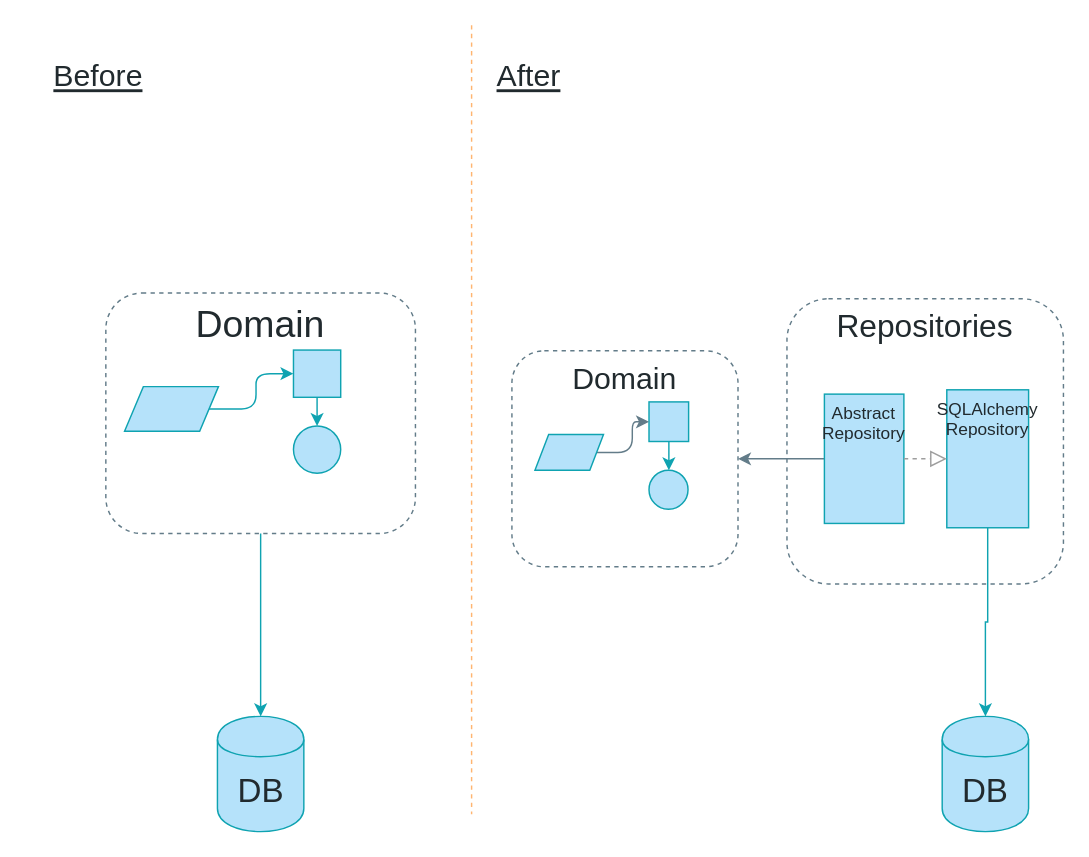
Earlier version of the draw.io diagram page "Chapter 2" (2 of 10) of maps.drawio (cosmicpython/book). Source tidied: cells renumbered, new cells numbered last; positions are measured from the earlier drawing's top-left corner, leaving out a move shared by most shapes. Both pictures are drawn from the tidied source at 144%, with x=0, y=0 at pixel (53, 24).
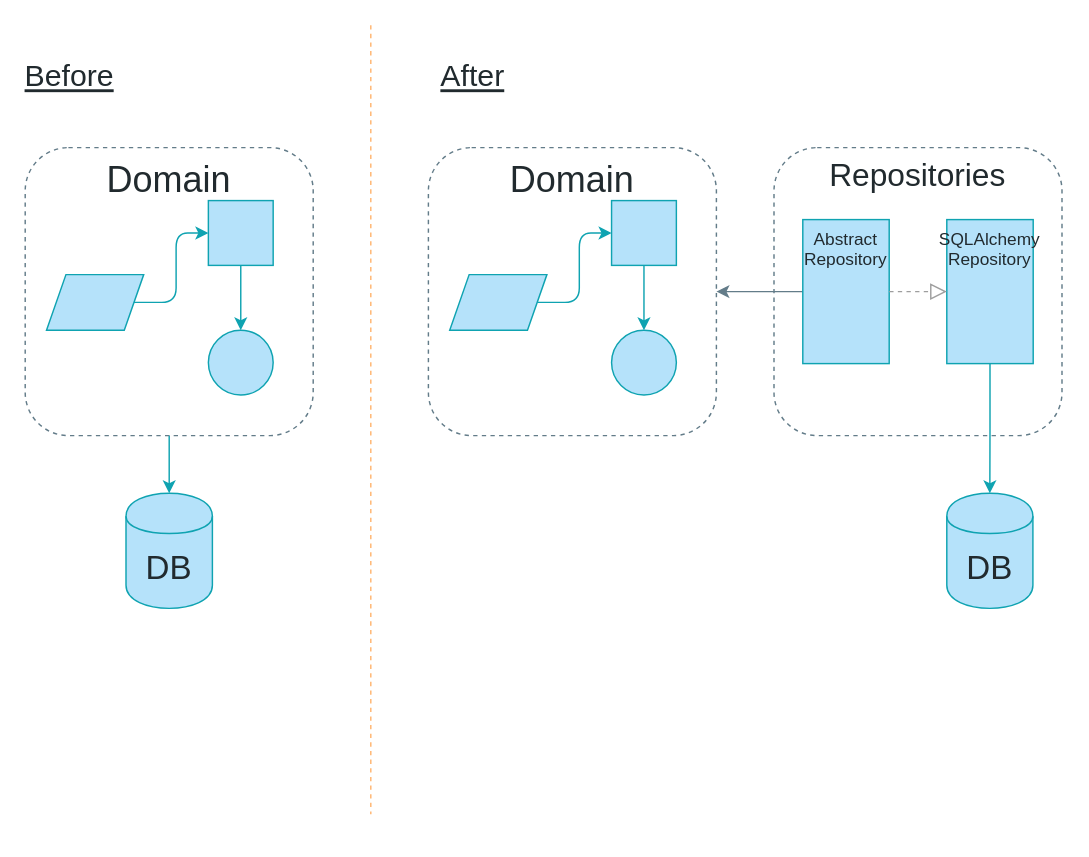
After the change.

Commit message:
fine-tuning 2

The edit, as a diff of the source:
```diff
@@
-    <mxCell id="2" style="group;fontSize=27;fontFamily=Guardian Sans Cond Light;" parent="1" vertex="1">
-      <mxGeometry x="36" y="186" width="200" height="167" as="geometry" />
-    </mxCell>
-    <mxCell id="3" value="&lt;font style=&quot;font-size: 26px&quot;&gt;Domain&lt;/font&gt;" style="rounded=1;whiteSpace=wrap;html=1;fontFamily=Guardian Sans Cond Light;verticalAlign=top;fontSize=14;fontColor=#212A2E;fillColor=none;strokeColor=#637C89;dashed=1;" parent="2" vertex="1">
-      <mxGeometry width="215" height="167" as="geometry" />
-    </mxCell>
-    <mxCell id="4" style="whiteSpace=wrap;html=1;fontSize=14;strokeColor=#0FA3B1;fillColor=#B5E2FA;fontFamily=Guardian Sans Cond Light;" parent="2" vertex="1">
-      <mxGeometry x="130.3" y="39.6" width="32.8" height="32.8" as="geometry" />
-    </mxCell>
-    <mxCell id="5" value="&lt;br&gt;" style="ellipse;whiteSpace=wrap;html=1;fontSize=14;strokeColor=#0FA3B1;fillColor=#B5E2FA;fontFamily=Guardian Sans Cond Light;" parent="2" vertex="1">
-      <mxGeometry x="130.3" y="92.3" width="32.8" height="32.8" as="geometry" />
-    </mxCell>
-    <mxCell id="6" style="edgeStyle=orthogonalEdgeStyle;jettySize=auto;html=1;fontSize=14;strokeColor=#0FA3B1;fillColor=#B5E2FA;fontFamily=Guardian Sans Cond Light;" parent="2" edge="1" source="4" target="5">
-      <mxGeometry relative="1" as="geometry" />
-    </mxCell>
-    <mxCell id="7" style="edgeStyle=orthogonalEdgeStyle;rounded=1;jettySize=auto;html=1;fontSize=14;strokeColor=#0FA3B1;fontFamily=Guardian Sans Cond Light;" parent="2" edge="1" source="8" target="4">
-      <mxGeometry relative="1" as="geometry" />
-    </mxCell>
-    <mxCell id="8" style="shape=parallelogram;perimeter=parallelogramPerimeter;whiteSpace=wrap;html=1;fontFamily=Guardian Sans Cond Light;fontSize=14;fontColor=#000000;align=center;strokeColor=#0FA3B1;fillColor=#B5E2FA;" parent="2" vertex="1">
-      <mxGeometry x="13" y="65" width="65.2" height="31" as="geometry" />
-    </mxCell>
     <mxCell id="9" value="DB" style="shape=cylinder;whiteSpace=wrap;html=1;boundedLbl=1;backgroundOutline=1;strokeColor=#0FA3B1;fillColor=#B5E2FA;fontSize=23;fontColor=#212A2E;gradientColor=none;fontFamily=Guardian Sans Cond Light;" parent="1" vertex="1">
-      <mxGeometry x="113.5" y="480" width="60" height="80" as="geometry" />
+      <mxGeometry x="50" y="325" width="60" height="80" as="geometry" />
     </mxCell>
-    <mxCell id="10" style="edgeStyle=orthogonalEdgeStyle;jettySize=auto;html=1;strokeColor=#0FA3B1;fillColor=#B5E2FA;fontSize=19;fontColor=#212A2E;fontFamily=Guardian Sans Cond Light;" parent="1" edge="1" source="3" target="9">
+    <mxCell id="10" style="edgeStyle=orthogonalEdgeStyle;jettySize=auto;html=1;strokeColor=#0FA3B1;fillColor=#B5E2FA;fontSize=19;fontColor=#212A2E;fontFamily=Guardian Sans Cond Light;" parent="1" edge="1" source="30" target="9">
       <mxGeometry relative="1" as="geometry" />
     </mxCell>
     <mxCell id="11" value="Before" style="text;html=1;strokeColor=none;fillColor=none;align=center;verticalAlign=middle;whiteSpace=wrap;rounded=0;fontFamily=Guardian Sans Cond Light;fontSize=21;fontColor=#212A2E;fontStyle=4;" parent="1" vertex="1">
-      <mxGeometry y="25" width="62" height="20" as="geometry" />
+      <mxGeometry x="-20" y="25" width="62" height="20" as="geometry" />
     </mxCell>
     <mxCell id="12" style="endArrow=none;dashed=1;html=1;strokeColor=#FFB570;fillColor=#B5E2FA;fontFamily=Guardian Sans Cond Light;fontSize=21;fontColor=#212A2E;" parent="1" edge="1">
       <mxGeometry relative="1" as="geometry">
-        <mxPoint x="290" as="sourcePoint" />
-        <mxPoint x="290" y="548" as="targetPoint" />
+        <mxPoint x="220" as="sourcePoint" />
+        <mxPoint x="220" y="548" as="targetPoint" />
       </mxGeometry>
     </mxCell>
     <mxCell id="13" value="After" style="text;html=1;strokeColor=none;fillColor=none;align=center;verticalAlign=middle;whiteSpace=wrap;rounded=0;fontFamily=Guardian Sans Cond Light;fontSize=21;fontColor=#212A2E;fontStyle=4;" parent="1" vertex="1">
-      <mxGeometry x="299" y="25" width="62" height="20" as="geometry" />
+      <mxGeometry x="260" y="25" width="62" height="20" as="geometry" />
     </mxCell>
-    <mxCell id="14" style="group;fontFamily=Guardian Sans Cond Light;fontSize=16;dashed=1;" parent="1" vertex="1">
-      <mxGeometry x="318" y="226.1" width="157" height="150" as="geometry" />
-    </mxCell>
-    <mxCell id="15" style="group;fontFamily=Guardian Sans Cond Light;" parent="14" vertex="1">
-      <mxGeometry width="157" height="150" as="geometry" />
-    </mxCell>
-    <mxCell id="16" value="&lt;font style=&quot;font-size: 21px&quot;&gt;Domain&lt;/font&gt;" style="rounded=1;whiteSpace=wrap;html=1;fontFamily=Guardian Sans Cond Light;verticalAlign=top;fontSize=14;fontColor=#212A2E;fillColor=none;strokeColor=#637C89;dashed=1;" parent="15" vertex="1">
-      <mxGeometry width="157" height="150" as="geometry" />
-    </mxCell>
-    <mxCell id="17" style="whiteSpace=wrap;html=1;fontSize=14;strokeColor=#0FA3B1;fillColor=#B5E2FA;fontFamily=Guardian Sans Cond Light;" parent="15" vertex="1">
-      <mxGeometry x="95.2" y="35.5" width="27.5" height="27.5" as="geometry" />
-    </mxCell>
-    <mxCell id="18" value="&lt;br&gt;" style="ellipse;whiteSpace=wrap;html=1;fontSize=14;strokeColor=#0FA3B1;fillColor=#B5E2FA;fontFamily=Guardian Sans Cond Light;" parent="15" vertex="1">
-      <mxGeometry x="95.2" y="82.9" width="27.1" height="27.1" as="geometry" />
-    </mxCell>
-    <mxCell id="19" style="edgeStyle=orthogonalEdgeStyle;jettySize=auto;html=1;fontSize=14;strokeColor=#0FA3B1;fillColor=#B5E2FA;fontFamily=Guardian Sans Cond Light;" parent="15" edge="1" source="17" target="18">
-      <mxGeometry relative="1" as="geometry" />
-    </mxCell>
-    <mxCell id="20" style="edgeStyle=orthogonalEdgeStyle;rounded=1;jettySize=auto;html=1;fontSize=14;strokeColor=#637C89;fontFamily=Guardian Sans Cond Light;" parent="15" edge="1" source="21" target="17">
-      <mxGeometry relative="1" as="geometry" />
-    </mxCell>
-    <mxCell id="21" style="shape=parallelogram;perimeter=parallelogramPerimeter;whiteSpace=wrap;html=1;fontFamily=Guardian Sans Cond Light;fontSize=14;fontColor=#000000;align=center;strokeColor=#0FA3B1;fillColor=#B5E2FA;" parent="15" vertex="1">
-      <mxGeometry x="16" y="58.2" width="47.6" height="24.7" as="geometry" />
-    </mxCell>
-    <mxCell id="22" style="edgeStyle=orthogonalEdgeStyle;jettySize=auto;html=1;entryX=1;entryY=0.5;entryDx=0;entryDy=0;strokeColor=#637C89;fillColor=#B5E2FA;fontFamily=Guardian Sans Cond Light;fontSize=12;fontColor=#212A2E;" parent="1" edge="1" source="24" target="16">
+    <mxCell id="22" style="edgeStyle=orthogonalEdgeStyle;jettySize=auto;html=1;entryX=1;entryY=0.5;entryDx=0;entryDy=0;strokeColor=#637C89;fillColor=#B5E2FA;fontFamily=Guardian Sans Cond Light;fontSize=12;fontColor=#212A2E;" parent="1" edge="1" source="24" target="37">
       <mxGeometry relative="1" as="geometry" />
     </mxCell>
     <mxCell id="23" value="&lt;font style=&quot;font-size: 22px;&quot; color=&quot;#212A2E&quot;&gt;Repositories&lt;/font&gt;" style="whiteSpace=wrap;html=1;strokeColor=#637C89;fillColor=none;gradientColor=none;fontFamily=Guardian Sans Cond Light;fontSize=22;fontColor=#000000;verticalAlign=top;rounded=1;dashed=1;" parent="1" vertex="1">
-      <mxGeometry x="509" y="190" width="192" height="198" as="geometry" />
+      <mxGeometry x="500" y="85" width="200" height="200" as="geometry" />
     </mxCell>
     <mxCell id="24" value="&lt;font style=&quot;font-size: 12px&quot; color=&quot;#212A2E&quot;&gt;Abstract Repository&lt;br style=&quot;font-size: 12px;&quot;&gt;&lt;/font&gt;" style="whiteSpace=wrap;html=1;strokeColor=#0FA3B1;fillColor=#B5E2FA;gradientColor=none;fontFamily=Guardian Sans Cond Light;fontSize=12;fontColor=#212A2E;verticalAlign=top;" parent="1" vertex="1">
-      <mxGeometry x="535" y="256.2" width="55.2" height="89.8" as="geometry" />
+      <mxGeometry x="520" y="135" width="60" height="100" as="geometry" />
     </mxCell>
@@
     <mxCell id="26" value="SQLAlchemy&lt;br style=&quot;font-size: 12px;&quot;&gt;Repository" style="whiteSpace=wrap;html=1;strokeColor=#0FA3B1;fillColor=#B5E2FA;gradientColor=none;fontFamily=Guardian Sans Cond Light;fontSize=12;fontColor=#212A2E;verticalAlign=top;" parent="1" vertex="1">
-      <mxGeometry x="620" y="253.2" width="56.8" height="95.8" as="geometry" />
+      <mxGeometry x="620" y="135" width="60" height="100" as="geometry" />
     </mxCell>
@@
     <mxCell id="28" value="DB" style="shape=cylinder;whiteSpace=wrap;html=1;boundedLbl=1;backgroundOutline=1;strokeColor=#0FA3B1;fillColor=#B5E2FA;fontSize=23;fontColor=#212A2E;gradientColor=none;fontFamily=Guardian Sans Cond Light;" parent="1" vertex="1">
-      <mxGeometry x="616.8" y="480" width="60" height="80" as="geometry" />
+      <mxGeometry x="620" y="325" width="59.8" height="80" as="geometry" />
     </mxCell>
+    <mxCell id="29" style="group;" parent="1" vertex="1">
+      <mxGeometry x="-20" y="85" width="200" height="200" as="geometry" />
+    </mxCell>
+    <mxCell id="30" value="Domain" style="rounded=1;whiteSpace=wrap;html=1;fontFamily=Guardian Sans Cond Light;verticalAlign=top;fontSize=25;fontColor=#212A2E;fillColor=none;strokeColor=#637C89;dashed=1;" parent="29" vertex="1">
+      <mxGeometry width="200" height="200" as="geometry" />
+    </mxCell>
+    <mxCell id="31" style="whiteSpace=wrap;html=1;fontSize=22;strokeColor=#0FA3B1;fillColor=#B5E2FA;fontFamily=Guardian Sans Cond Light;" parent="29" vertex="1">
+      <mxGeometry x="127.2" y="36.8" width="45" height="45" as="geometry" />
+    </mxCell>
+    <mxCell id="32" style="ellipse;whiteSpace=wrap;html=1;fontSize=20;strokeColor=#0FA3B1;fillColor=#B5E2FA;fontFamily=Guardian Sans Cond Light;" parent="29" vertex="1">
+      <mxGeometry x="127.2" y="126.8" width="45" height="45" as="geometry" />
+    </mxCell>
+    <mxCell id="33" style="edgeStyle=orthogonalEdgeStyle;jettySize=auto;html=1;fontSize=14;strokeColor=#0FA3B1;fillColor=#B5E2FA;" parent="29" edge="1" source="31" target="32">
+      <mxGeometry relative="1" as="geometry" />
+    </mxCell>
+    <mxCell id="34" style="edgeStyle=orthogonalEdgeStyle;rounded=1;jettySize=auto;html=1;fontSize=14;strokeColor=#0FA3B1;entryX=0;entryY=0.5;entryDx=0;entryDy=0;exitX=1;exitY=0.5;exitDx=0;exitDy=0;" parent="29" edge="1" source="35" target="31">
+      <mxGeometry relative="1" as="geometry" />
+    </mxCell>
+    <mxCell id="35" style="shape=parallelogram;perimeter=parallelogramPerimeter;whiteSpace=wrap;html=1;strokeColor=#0FA3B1;fillColor=#B5E2FA;fontFamily=Guardian Sans Cond Light;fontSize=22;align=center;" parent="29" vertex="1">
+      <mxGeometry x="14.8" y="88.2" width="67.5" height="38.6" as="geometry" />
+    </mxCell>
+    <mxCell id="36" style="group;" parent="1" vertex="1">
+      <mxGeometry x="260" y="85" width="200" height="200" as="geometry" />
+    </mxCell>
+    <mxCell id="37" value="Domain" style="rounded=1;whiteSpace=wrap;html=1;fontFamily=Guardian Sans Cond Light;verticalAlign=top;fontSize=25;fontColor=#212A2E;fillColor=none;strokeColor=#637C89;dashed=1;" parent="36" vertex="1">
+      <mxGeometry width="200" height="200" as="geometry" />
+    </mxCell>
+    <mxCell id="38" style="whiteSpace=wrap;html=1;fontSize=22;strokeColor=#0FA3B1;fillColor=#B5E2FA;fontFamily=Guardian Sans Cond Light;" parent="36" vertex="1">
+      <mxGeometry x="127.2" y="36.8" width="45" height="45" as="geometry" />
+    </mxCell>
+    <mxCell id="39" style="ellipse;whiteSpace=wrap;html=1;fontSize=20;strokeColor=#0FA3B1;fillColor=#B5E2FA;fontFamily=Guardian Sans Cond Light;" parent="36" vertex="1">
+      <mxGeometry x="127.2" y="126.8" width="45" height="45" as="geometry" />
+    </mxCell>
+    <mxCell id="40" style="edgeStyle=orthogonalEdgeStyle;jettySize=auto;html=1;fontSize=14;strokeColor=#0FA3B1;fillColor=#B5E2FA;" parent="36" edge="1" source="38" target="39">
+      <mxGeometry relative="1" as="geometry" />
+    </mxCell>
+    <mxCell id="41" style="edgeStyle=orthogonalEdgeStyle;rounded=1;jettySize=auto;html=1;fontSize=14;strokeColor=#0FA3B1;entryX=0;entryY=0.5;entryDx=0;entryDy=0;exitX=1;exitY=0.5;exitDx=0;exitDy=0;" parent="36" edge="1" source="42" target="38">
+      <mxGeometry relative="1" as="geometry" />
+    </mxCell>
+    <mxCell id="42" style="shape=parallelogram;perimeter=parallelogramPerimeter;whiteSpace=wrap;html=1;strokeColor=#0FA3B1;fillColor=#B5E2FA;fontFamily=Guardian Sans Cond Light;fontSize=22;align=center;" parent="36" vertex="1">
+      <mxGeometry x="14.8" y="88.2" width="67.5" height="38.6" as="geometry" />
+    </mxCell>
```
